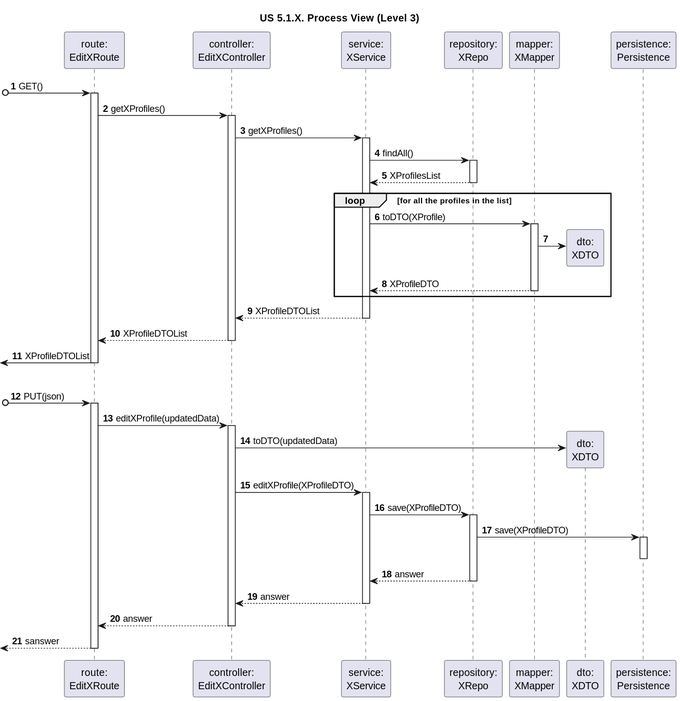
The PlantUML diagram docs/sprint-1/1221933/general-process-view-diagrams/edit-profiles/n3/process-view-nivel3.svg in rita-barbosa/LAPR5-2425, before a commit. Its diagram source:
```plantuml
@startuml

title "US 5.1.X. Process View (Level 3)"
autonumber
autonumber

participant "route:\nEditXRoute" as ROUTE
participant "controller:\nEditXController" as CTRL

participant "service:\nXService" as SER
participant "repository:\nXRepo" as REPO
participant "mapper:\nXMapper" as MAP
participant "dto:\nXDTO" as DTO

participant "persistence:\nPersistence" as PERSISTENCE


[o-> ROUTE : GET()
activate ROUTE

ROUTE -> CTRL : getXProfiles()
activate CTRL

CTRL -> SER : getXProfiles()
activate SER

SER -> REPO : findAll()
activate REPO

REPO --> SER : XProfilesList
deactivate REPO

loop for all the profiles in the list
SER -> MAP : toDTO(XProfile)
activate MAP

MAP -> DTO **

MAP --> SER : XProfileDTO
deactivate MAP
end loop

SER --> CTRL : XProfileDTOList
deactivate SER

CTRL --> ROUTE : XProfileDTOList
deactivate CTRL

<- ROUTE : XProfileDTOList
deactivate ROUTE

|||

[o-> ROUTE : PUT(json)
activate ROUTE

ROUTE -> CTRL : editXProfile(updatedData)
activate CTRL

CTRL -> DTO ** : toDTO(updatedData)

CTRL -> SER : editXProfile(XProfileDTO)
activate SER

SER -> REPO : save(XProfileDTO)
activate REPO

REPO -> PERSISTENCE : save(XProfileDTO)
activate PERSISTENCE
deactivate PERSISTENCE

REPO --> SER : answer
deactivate REPO

SER --> CTRL : answer
deactivate SER

CTRL --> ROUTE : answer
deactivate CTRL

<-- ROUTE : sanswer
deactivate ROUTE
@enduml
```
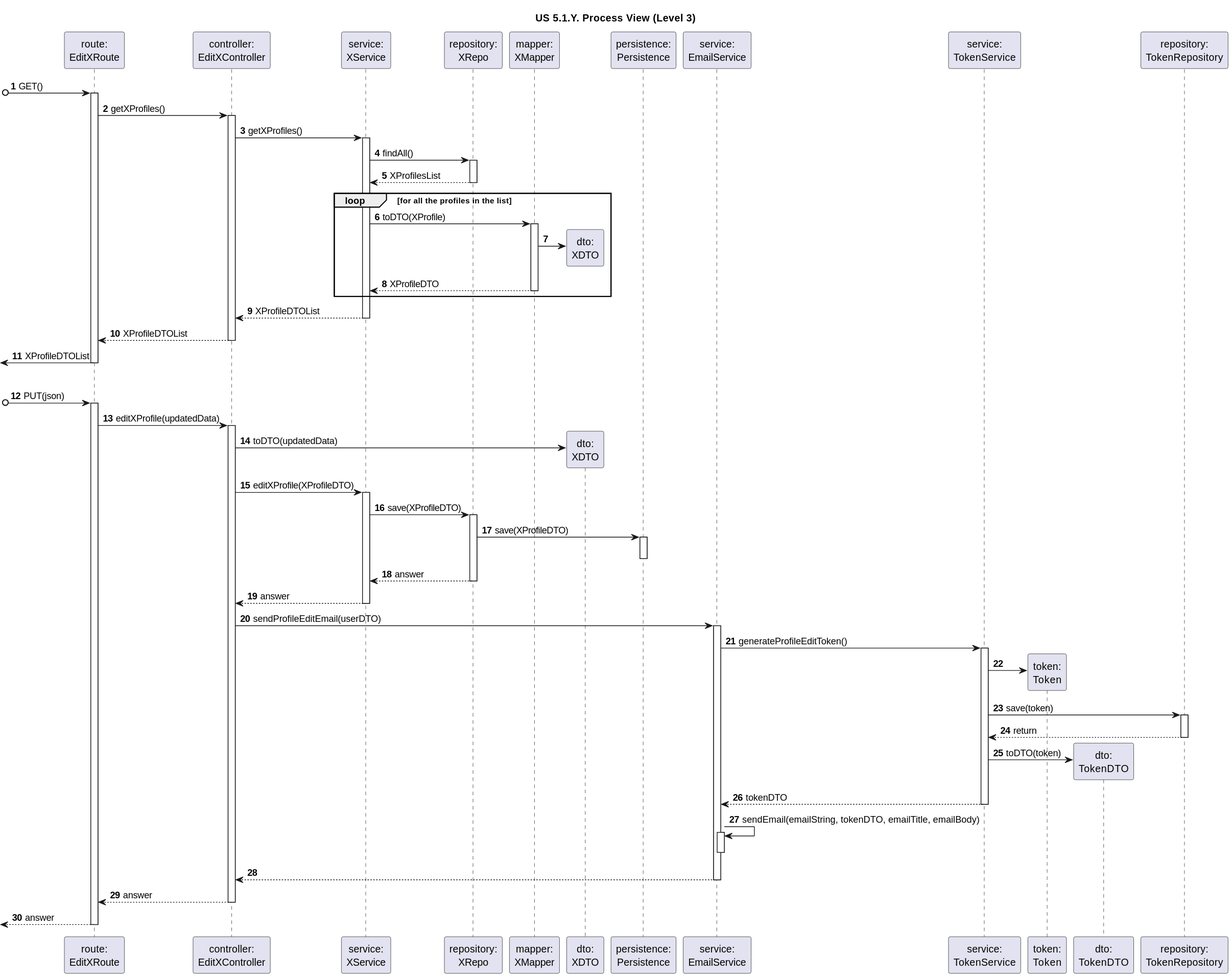
After the commit.

Commit message:
DG38-105, DG38-113 | docs: updates general design diagrams (process view diagrams for level 3) for us-5.1.9 and us-5.1.13.

Diff of the diagram source:
```diff
@@ -1,7 +1,7 @@
 @startuml
 
-title "US 5.1.X. Process View (Level 3)"
-autonumber
+title "US 5.1.Y. Process View (Level 3)"
+
 autonumber
 
 participant "route:\nEditXRoute" as ROUTE
@@ -13,6 +13,12 @@
 participant "dto:\nXDTO" as DTO
 
 participant "persistence:\nPersistence" as PERSISTENCE
+
+participant "service:\nEmailService" as EMAILServ
+participant "service:\nTokenService" as TOKENServ
+participant "token:\nToken" as TOKEN
+participant "dto:\nTokenDTO" as TokenDTO
+participant "repository:\nTokenRepository" as TOKENRepo
 
 
 [o-> ROUTE : GET()
@@ -75,9 +81,36 @@
 SER --> CTRL : answer
 deactivate SER
 
+CTRL -> EMAILServ : sendProfileEditEmail(userDTO)
+activate EMAILServ
+
+EMAILServ -> TOKENServ : generateProfileEditToken()
+activate TOKENServ
+
+TOKENServ -> TOKEN **
+
+TOKENServ -> TOKENRepo : save(token)
+activate TOKENRepo
+
+
+TOKENRepo --> TOKENServ : return
+deactivate TOKENRepo
+
+TOKENServ -> TokenDTO ** : toDTO(token)
+
+TOKENServ --> EMAILServ : tokenDTO
+deactivate TOKENServ
+
+EMAILServ -> EMAILServ : sendEmail(emailString, tokenDTO, emailTitle, emailBody)
+activate EMAILServ
+deactivate EMAILServ
+
+EMAILServ --> CTRL :
+deactivate EMAILServ
+
 CTRL --> ROUTE : answer
 deactivate CTRL
 
-<-- ROUTE : sanswer
+<-- ROUTE : answer
 deactivate ROUTE
 @enduml
```
